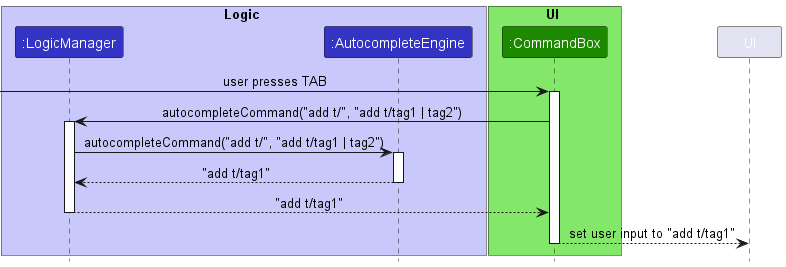
Before: docs/images/AutocompleteSequenceDiagram.png, a diagram exported from PlantUML (nus-cs2103-AY2223S2/tp). Its diagram source:
```plantuml
@startuml
!include style.puml

box Logic LOGIC_COLOR_T1
participant ":LogicManager" as LogicManager LOGIC_COLOR
participant ":AutocompleteEngine" as AutocompleteEngine LOGIC_COLOR
end box

box UI UI_COLOR_T1
participant ":CommandBox" as CommandBox UI_COLOR
end box

[-> CommandBox : user presses TAB
activate CommandBox

CommandBox -> LogicManager : autocompleteCommand("add t/", "add t/tag1 | tag2")
activate LogicManager

LogicManager -> AutocompleteEngine : autocompleteCommand("add t/", "add t/tag1 | tag2")
activate AutocompleteEngine

AutocompleteEngine --> LogicManager : "add t/tag1"
deactivate AutocompleteEngine

LogicManager --> CommandBox : "add t/tag1"
deactivate LogicManager

CommandBox --> UI : set user input to "add t/tag1"
deactivate CommandBox
@enduml
```
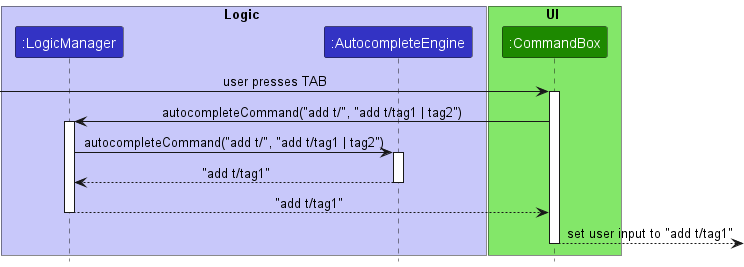
The same file after the commit.

Commit message:
Remove Ui object in autocomplete sequence diagrams

The edit, as a diff of the source:
```diff
@@ -25,6 +25,6 @@
 LogicManager --> CommandBox : "add t/tag1"
 deactivate LogicManager
 
-CommandBox --> UI : set user input to "add t/tag1"
+CommandBox --> : set user input to "add t/tag1"
 deactivate CommandBox
 @enduml
```
